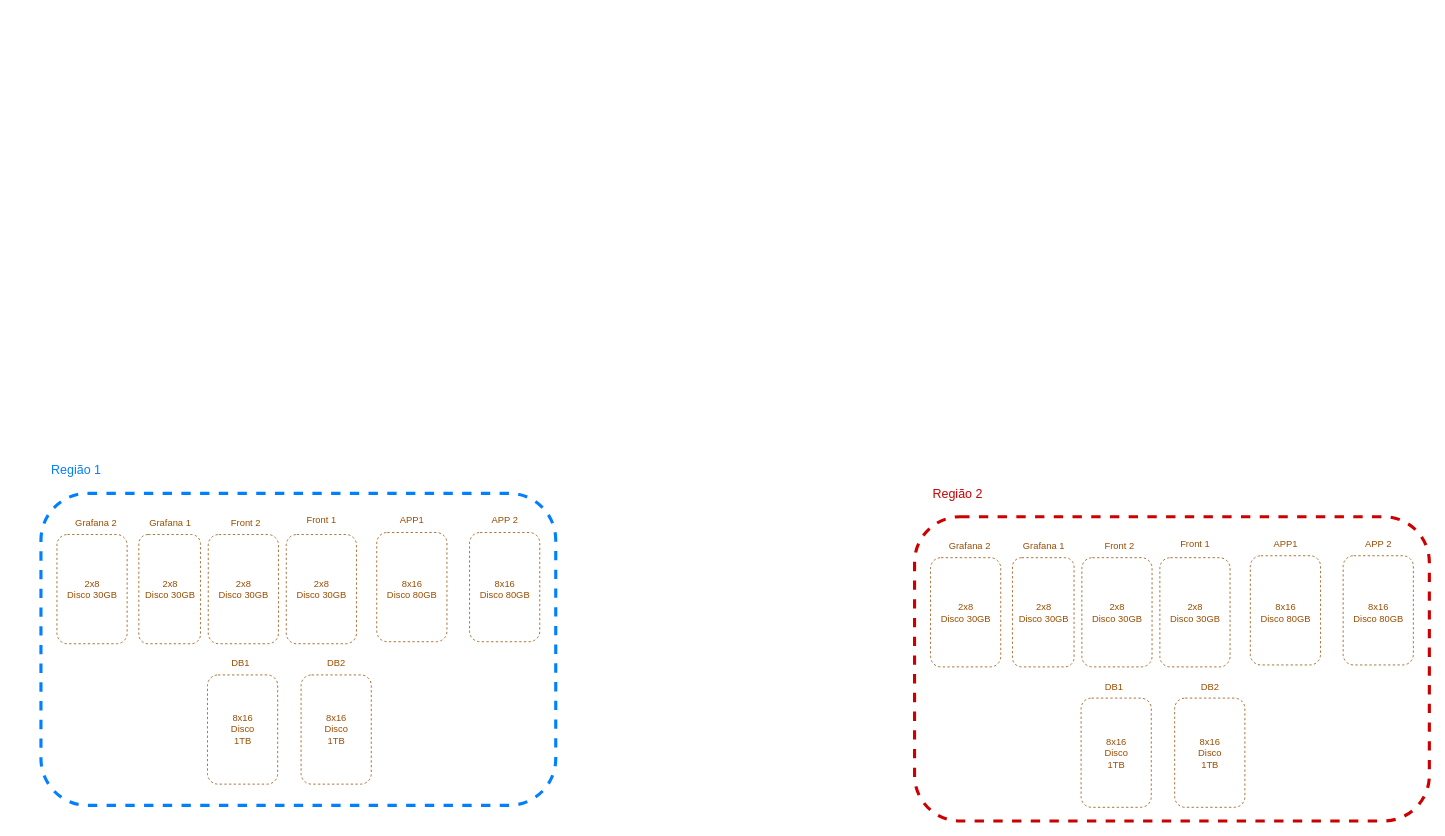
Above: TESTE.drawio in KelitonVougan/diagrams (draw.io), before the change. Source tidied: cells renumbered, new cells numbered last; positions are measured from the earlier drawing's top-left corner, leaving out a move shared by most shapes. Both pictures are drawn from the tidied source at 78%, with x=0, y=0 at pixel (12, 429).
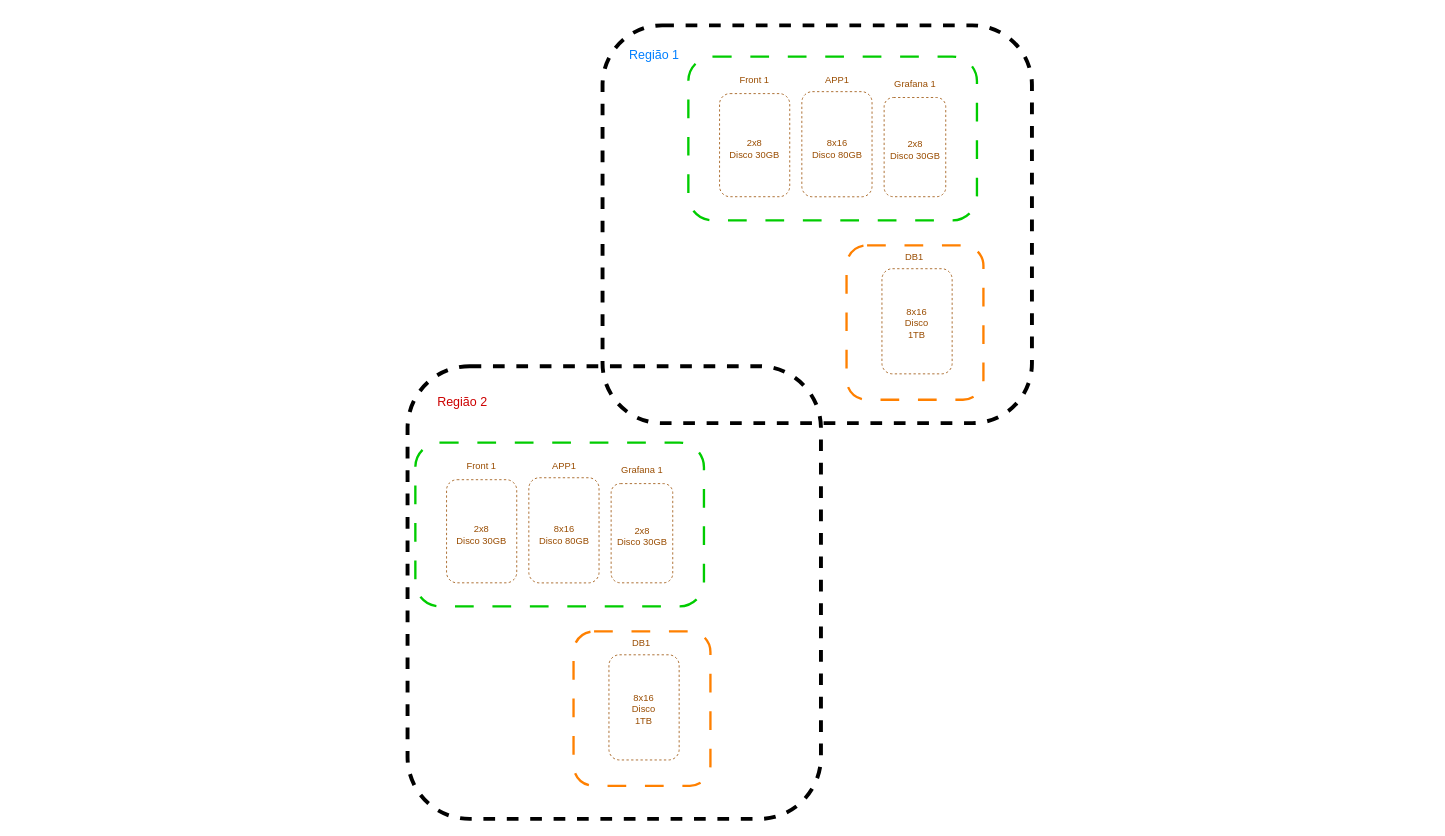
After the change.

Commit message:
Diagrama Zabbix Nuvem.drawio

Diff of the diagram source:
```diff
@@
+    <mxCell id="54" style="rounded=1;whiteSpace=wrap;html=1;strokeWidth=5;fillColor=none;dashed=1;" parent="1" vertex="1">
+      <mxGeometry x="756" y="-518" width="550.5" height="510" as="geometry" />
+    </mxCell>
     <mxCell id="2" style="rounded=1;whiteSpace=wrap;html=1;fillColor=none;strokeColor=#994C00;dashed=1;" parent="1" vertex="1">
-      <mxGeometry x="466.5" y="132.2" width="90" height="140" as="geometry" />
+      <mxGeometry x="1011.5" y="-433" width="90" height="134.8" as="geometry" />
     </mxCell>
     <mxCell id="3" value="&lt;font color=&quot;#994c00&quot;&gt;APP1&lt;/font&gt;" style="text;html=1;strokeColor=none;fillColor=none;align=center;verticalAlign=middle;whiteSpace=wrap;rounded=0;dashed=1;" parent="1" vertex="1">
-      <mxGeometry x="481.5" y="102.2" width="60" height="30" as="geometry" />
+      <mxGeometry x="1026.5" y="-463" width="60" height="30" as="geometry" />
     </mxCell>
     <mxCell id="4" value="&lt;div&gt;&lt;font color=&quot;#994c00&quot;&gt;8x16&lt;/font&gt;&lt;/div&gt;&lt;font color=&quot;#994c00&quot;&gt;Disco 80GB&lt;/font&gt;" style="text;html=1;strokeColor=none;fillColor=none;align=center;verticalAlign=middle;whiteSpace=wrap;rounded=0;dashed=1;" parent="1" vertex="1">
-      <mxGeometry x="476.5" y="149.8" width="70" height="110" as="geometry" />
+      <mxGeometry x="1021.5" y="-415.5" width="70" height="110" as="geometry" />
     </mxCell>
     <mxCell id="5" style="rounded=1;whiteSpace=wrap;html=1;fillColor=none;strokeColor=#994C00;dashed=1;" parent="1" vertex="1">
-      <mxGeometry x="350.5" y="134.8" width="90" height="140" as="geometry" />
+      <mxGeometry x="906" y="-430.5" width="90" height="132.2" as="geometry" />
     </mxCell>
     <mxCell id="6" value="&lt;font color=&quot;#994c00&quot;&gt;Front 1&lt;br&gt;&lt;/font&gt;" style="text;html=1;strokeColor=none;fillColor=none;align=center;verticalAlign=middle;whiteSpace=wrap;rounded=0;dashed=1;" parent="1" vertex="1">
-      <mxGeometry x="365.5" y="102.2" width="60" height="30" as="geometry" />
+      <mxGeometry x="921" y="-463" width="60" height="30" as="geometry" />
     </mxCell>
     <mxCell id="7" value="&lt;div&gt;&lt;font color=&quot;#994c00&quot;&gt;2x8&lt;/font&gt;&lt;/div&gt;&lt;font color=&quot;#994c00&quot;&gt;Disco 30GB&lt;/font&gt;" style="text;html=1;strokeColor=none;fillColor=none;align=center;verticalAlign=middle;whiteSpace=wrap;rounded=0;dashed=1;" parent="1" vertex="1">
-      <mxGeometry x="360.5" y="149.8" width="70" height="110" as="geometry" />
+      <mxGeometry x="916" y="-415.5" width="70" height="110" as="geometry" />
     </mxCell>
-    <mxCell id="8" style="rounded=1;whiteSpace=wrap;html=1;fillColor=none;strokeColor=#994C00;dashed=1;" parent="1" vertex="1">
-      <mxGeometry x="585.5" y="132.2" width="90" height="140" as="geometry" />
-    </mxCell>
-    <mxCell id="9" value="&lt;font color=&quot;#994c00&quot;&gt;APP&lt;/font&gt; &lt;font color=&quot;#994c00&quot;&gt;2&lt;/font&gt;" style="text;html=1;strokeColor=none;fillColor=none;align=center;verticalAlign=middle;whiteSpace=wrap;rounded=0;dashed=1;" parent="1" vertex="1">
-      <mxGeometry x="600.5" y="102.2" width="60" height="30" as="geometry" />
-    </mxCell>
-    <mxCell id="10" value="&lt;div&gt;&lt;font color=&quot;#994c00&quot;&gt;8x16&lt;/font&gt;&lt;/div&gt;&lt;font color=&quot;#994c00&quot;&gt;Disco 80GB&lt;/font&gt;" style="text;html=1;strokeColor=none;fillColor=none;align=center;verticalAlign=middle;whiteSpace=wrap;rounded=0;dashed=1;" parent="1" vertex="1">
-      <mxGeometry x="595.5" y="149.8" width="70" height="110" as="geometry" />
-    </mxCell>
-    <mxCell id="11" style="rounded=1;whiteSpace=wrap;html=1;fillColor=none;strokeColor=#994C00;dashed=1;" parent="1" vertex="1">
-      <mxGeometry x="250.5" y="134.8" width="90" height="140" as="geometry" />
-    </mxCell>
-    <mxCell id="12" value="&lt;font color=&quot;#994c00&quot;&gt;Front 2&lt;/font&gt;" style="text;html=1;strokeColor=none;fillColor=none;align=center;verticalAlign=middle;whiteSpace=wrap;rounded=0;dashed=1;" parent="1" vertex="1">
-      <mxGeometry x="268.5" y="104.8" width="60" height="30" as="geometry" />
-    </mxCell>
-    <mxCell id="13" value="&lt;div&gt;&lt;font color=&quot;#994c00&quot;&gt;2x8&lt;/font&gt;&lt;/div&gt;&lt;font color=&quot;#994c00&quot;&gt;Disco 30GB&lt;/font&gt;" style="text;html=1;strokeColor=none;fillColor=none;align=center;verticalAlign=middle;whiteSpace=wrap;rounded=0;dashed=1;" parent="1" vertex="1">
-      <mxGeometry x="260.5" y="149.8" width="70" height="110" as="geometry" />
-    </mxCell>
     <mxCell id="14" style="rounded=1;whiteSpace=wrap;html=1;fillColor=none;strokeColor=#994C00;dashed=1;" parent="1" vertex="1">
-      <mxGeometry x="249.5" y="314.8" width="90" height="140" as="geometry" />
+      <mxGeometry x="1114.2" y="-206" width="90" height="134.8" as="geometry" />
     </mxCell>
-    <mxCell id="15" value="&lt;font color=&quot;#994c00&quot;&gt;DB2&lt;/font&gt;" style="text;html=1;strokeColor=none;fillColor=none;align=center;verticalAlign=middle;whiteSpace=wrap;rounded=0;dashed=1;" parent="1" vertex="1">
-      <mxGeometry x="384.5" y="284.8" width="60" height="30" as="geometry" />
-    </mxCell>
     <mxCell id="16" value="&lt;div&gt;&lt;font color=&quot;#994c00&quot;&gt;8x16&lt;/font&gt;&lt;/div&gt;&lt;div&gt;&lt;font color=&quot;#994c00&quot;&gt;Disco &lt;br&gt;&lt;/font&gt;&lt;/div&gt;&lt;div&gt;&lt;font color=&quot;#994c00&quot;&gt;1TB&lt;br&gt;&lt;/font&gt;&lt;/div&gt;" style="text;html=1;strokeColor=none;fillColor=none;align=center;verticalAlign=middle;whiteSpace=wrap;rounded=0;dashed=1;" parent="1" vertex="1">
-      <mxGeometry x="259.5" y="329.8" width="70" height="110" as="geometry" />
+      <mxGeometry x="1124.2" y="-191" width="70" height="110" as="geometry" />
     </mxCell>
-    <mxCell id="17" style="rounded=1;whiteSpace=wrap;html=1;fillColor=none;strokeColor=#994C00;dashed=1;" parent="1" vertex="1">
-      <mxGeometry x="369.5" y="314.8" width="90" height="140" as="geometry" />
-    </mxCell>
-    <mxCell id="18" value="&lt;div&gt;&lt;font color=&quot;#994c00&quot;&gt;8x16&lt;/font&gt;&lt;/div&gt;&lt;div&gt;&lt;font color=&quot;#994c00&quot;&gt;Disco&lt;/font&gt;&lt;/div&gt;&lt;div&gt;&lt;font color=&quot;#994c00&quot;&gt;1TB&lt;br&gt;&lt;/font&gt;&lt;/div&gt;" style="text;html=1;strokeColor=none;fillColor=none;align=center;verticalAlign=middle;whiteSpace=wrap;rounded=0;dashed=1;" parent="1" vertex="1">
-      <mxGeometry x="379.5" y="329.8" width="70" height="110" as="geometry" />
-    </mxCell>
     <mxCell id="19" value="&lt;font color=&quot;#994c00&quot;&gt;DB1&lt;/font&gt;" style="text;html=1;strokeColor=none;fillColor=none;align=center;verticalAlign=middle;whiteSpace=wrap;rounded=0;dashed=1;" parent="1" vertex="1">
-      <mxGeometry x="261.5" y="284.8" width="60" height="30" as="geometry" />
+      <mxGeometry x="1126.2" y="-236" width="60" height="30" as="geometry" />
     </mxCell>
     <mxCell id="20" value="&lt;font color=&quot;#994c00&quot;&gt;Grafana 1&lt;br&gt;&lt;/font&gt;" style="text;html=1;strokeColor=none;fillColor=none;align=center;verticalAlign=middle;whiteSpace=wrap;rounded=0;dashed=1;" parent="1" vertex="1">
-      <mxGeometry x="171.5" y="104.8" width="60" height="30" as="geometry" />
+      <mxGeometry x="1126.5" y="-458" width="60" height="30" as="geometry" />
     </mxCell>
     <mxCell id="21" value="&lt;div&gt;&lt;font color=&quot;#994c00&quot;&gt;2x8&lt;/font&gt;&lt;/div&gt;&lt;font color=&quot;#994c00&quot;&gt;Disco 30GB&lt;/font&gt;" style="text;html=1;strokeColor=none;fillColor=none;align=center;verticalAlign=middle;whiteSpace=wrap;rounded=0;dashed=1;" parent="1" vertex="1">
-      <mxGeometry x="166.5" y="149.8" width="70" height="110" as="geometry" />
+      <mxGeometry x="1121.5" y="-413" width="70" height="110" as="geometry" />
     </mxCell>
-    <mxCell id="22" style="rounded=1;whiteSpace=wrap;html=1;fillColor=none;strokeColor=#994C00;dashed=1;" parent="1" vertex="1">
-      <mxGeometry x="56.5" y="134.8" width="90" height="140" as="geometry" />
-    </mxCell>
-    <mxCell id="23" value="&lt;font color=&quot;#994c00&quot;&gt;Grafana 2&lt;br&gt;&lt;/font&gt;" style="text;html=1;strokeColor=none;fillColor=none;align=center;verticalAlign=middle;whiteSpace=wrap;rounded=0;dashed=1;" parent="1" vertex="1">
-      <mxGeometry x="76.5" y="104.8" width="60" height="30" as="geometry" />
-    </mxCell>
-    <mxCell id="24" value="&lt;div&gt;&lt;font color=&quot;#994c00&quot;&gt;2x8&lt;/font&gt;&lt;/div&gt;&lt;font color=&quot;#994c00&quot;&gt;Disco 30GB&lt;/font&gt;" style="text;html=1;strokeColor=none;fillColor=none;align=center;verticalAlign=middle;whiteSpace=wrap;rounded=0;dashed=1;" parent="1" vertex="1">
-      <mxGeometry x="66.5" y="149.8" width="70" height="110" as="geometry" />
-    </mxCell>
     <mxCell id="25" style="rounded=1;whiteSpace=wrap;html=1;fillColor=none;strokeColor=#994C00;dashed=1;" parent="1" vertex="1">
-      <mxGeometry x="161.5" y="134.8" width="79" height="140" as="geometry" />
+      <mxGeometry x="1117" y="-425.5" width="79" height="127.2" as="geometry" />
     </mxCell>
-    <mxCell id="26" style="rounded=1;whiteSpace=wrap;html=1;dashed=1;strokeColor=#007FFF;strokeWidth=4;fontColor=#994C00;fillColor=none;" parent="1" vertex="1">
-      <mxGeometry x="36" y="82" width="660" height="400" as="geometry" />
-    </mxCell>
     <mxCell id="27" value="&lt;font style=&quot;font-size: 16px;&quot; color=&quot;#007fff&quot;&gt;Região 1&lt;/font&gt;" style="text;html=1;strokeColor=none;fillColor=none;align=center;verticalAlign=middle;whiteSpace=wrap;rounded=0;dashed=1;strokeWidth=1;fontColor=#994C00;" parent="1" vertex="1">
-      <mxGeometry x="0.5" y="-0.2" width="161" height="105" as="geometry" />
+      <mxGeometry x="741.5" y="-533" width="161" height="105" as="geometry" />
     </mxCell>
-    <mxCell id="28" style="rounded=1;whiteSpace=wrap;html=1;dashed=1;strokeColor=#CC0000;strokeWidth=4;fontColor=#994C00;fillColor=none;" parent="1" vertex="1">
-      <mxGeometry x="1156" y="112" width="660" height="390" as="geometry" />
-    </mxCell>
     <mxCell id="29" value="&lt;font style=&quot;font-size: 16px;&quot; color=&quot;#cc0000&quot;&gt;Região 2&lt;br&gt;&lt;/font&gt;" style="text;html=1;strokeColor=none;fillColor=none;align=center;verticalAlign=middle;whiteSpace=wrap;rounded=0;dashed=1;strokeWidth=1;fontColor=#994C00;" parent="1" vertex="1">
-      <mxGeometry x="1130.5" y="29.8" width="161" height="105" as="geometry" />
+      <mxGeometry x="496" y="-88" width="161" height="105" as="geometry" />
     </mxCell>
-    <mxCell id="30" style="rounded=1;whiteSpace=wrap;html=1;fillColor=none;strokeColor=#994C00;dashed=1;" parent="1" vertex="1">
-      <mxGeometry x="1586.5" y="162" width="90" height="140" as="geometry" />
-    </mxCell>
+    <mxCell id="55" style="rounded=1;whiteSpace=wrap;html=1;fillColor=none;strokeColor=#00CC00;strokeWidth=3;dashed=1;dashPattern=8 8;" parent="1" vertex="1">
+      <mxGeometry x="866" y="-478" width="370" height="210" as="geometry" />
+    </mxCell>
+    <mxCell id="56" style="rounded=1;whiteSpace=wrap;html=1;fillColor=none;strokeColor=#FF8000;strokeWidth=3;dashed=1;dashPattern=8 8;" parent="1" vertex="1">
+      <mxGeometry x="1068.8" y="-236" width="175.5" height="198" as="geometry" />
+    </mxCell>
+    <mxCell id="57" style="rounded=1;whiteSpace=wrap;html=1;fillColor=none;strokeColor=#994C00;dashed=1;" parent="1" vertex="1">
+      <mxGeometry x="661.5" y="62" width="90" height="134.8" as="geometry" />
+    </mxCell>
     <mxCell id="31" value="&lt;font color=&quot;#994c00&quot;&gt;APP1&lt;/font&gt;" style="text;html=1;strokeColor=none;fillColor=none;align=center;verticalAlign=middle;whiteSpace=wrap;rounded=0;dashed=1;" parent="1" vertex="1">
-      <mxGeometry x="1601.5" y="132" width="60" height="30" as="geometry" />
+      <mxGeometry x="676.5" y="32" width="60" height="30" as="geometry" />
     </mxCell>
-    <mxCell id="32" value="&lt;div&gt;&lt;font color=&quot;#994c00&quot;&gt;8x16&lt;/font&gt;&lt;/div&gt;&lt;font color=&quot;#994c00&quot;&gt;Disco 80GB&lt;/font&gt;" style="text;html=1;strokeColor=none;fillColor=none;align=center;verticalAlign=middle;whiteSpace=wrap;rounded=0;dashed=1;" parent="1" vertex="1">
-      <mxGeometry x="1596.5" y="179.5" width="70" height="110" as="geometry" />
-    </mxCell>
-    <mxCell id="33" style="rounded=1;whiteSpace=wrap;html=1;fillColor=none;strokeColor=#994C00;dashed=1;" parent="1" vertex="1">
-      <mxGeometry x="1470.5" y="164.5" width="90" height="140" as="geometry" />
-    </mxCell>
+    <mxCell id="58" value="&lt;div&gt;&lt;font color=&quot;#994c00&quot;&gt;8x16&lt;/font&gt;&lt;/div&gt;&lt;font color=&quot;#994c00&quot;&gt;Disco 80GB&lt;/font&gt;" style="text;html=1;strokeColor=none;fillColor=none;align=center;verticalAlign=middle;whiteSpace=wrap;rounded=0;dashed=1;" parent="1" vertex="1">
+      <mxGeometry x="671.5" y="79.5" width="70" height="110" as="geometry" />
+    </mxCell>
+    <mxCell id="59" style="rounded=1;whiteSpace=wrap;html=1;fillColor=none;strokeColor=#994C00;dashed=1;" parent="1" vertex="1">
+      <mxGeometry x="556" y="64.5" width="90" height="132.2" as="geometry" />
+    </mxCell>
     <mxCell id="34" value="&lt;font color=&quot;#994c00&quot;&gt;Front 1&lt;br&gt;&lt;/font&gt;" style="text;html=1;strokeColor=none;fillColor=none;align=center;verticalAlign=middle;whiteSpace=wrap;rounded=0;dashed=1;" parent="1" vertex="1">
-      <mxGeometry x="1485.5" y="132" width="60" height="30" as="geometry" />
+      <mxGeometry x="571" y="32" width="60" height="30" as="geometry" />
     </mxCell>
-    <mxCell id="35" value="&lt;div&gt;&lt;font color=&quot;#994c00&quot;&gt;2x8&lt;/font&gt;&lt;/div&gt;&lt;font color=&quot;#994c00&quot;&gt;Disco 30GB&lt;/font&gt;" style="text;html=1;strokeColor=none;fillColor=none;align=center;verticalAlign=middle;whiteSpace=wrap;rounded=0;dashed=1;" parent="1" vertex="1">
-      <mxGeometry x="1480.5" y="179.5" width="70" height="110" as="geometry" />
-    </mxCell>
-    <mxCell id="36" style="rounded=1;whiteSpace=wrap;html=1;fillColor=none;strokeColor=#994C00;dashed=1;" parent="1" vertex="1">
-      <mxGeometry x="1705.5" y="162" width="90" height="140" as="geometry" />
-    </mxCell>
-    <mxCell id="37" value="&lt;font color=&quot;#994c00&quot;&gt;APP&lt;/font&gt; &lt;font color=&quot;#994c00&quot;&gt;2&lt;/font&gt;" style="text;html=1;strokeColor=none;fillColor=none;align=center;verticalAlign=middle;whiteSpace=wrap;rounded=0;dashed=1;" parent="1" vertex="1">
-      <mxGeometry x="1720.5" y="132" width="60" height="30" as="geometry" />
-    </mxCell>
-    <mxCell id="38" value="&lt;div&gt;&lt;font color=&quot;#994c00&quot;&gt;8x16&lt;/font&gt;&lt;/div&gt;&lt;font color=&quot;#994c00&quot;&gt;Disco 80GB&lt;/font&gt;" style="text;html=1;strokeColor=none;fillColor=none;align=center;verticalAlign=middle;whiteSpace=wrap;rounded=0;dashed=1;" parent="1" vertex="1">
-      <mxGeometry x="1715.5" y="179.5" width="70" height="110" as="geometry" />
-    </mxCell>
-    <mxCell id="39" style="rounded=1;whiteSpace=wrap;html=1;fillColor=none;strokeColor=#994C00;dashed=1;" parent="1" vertex="1">
-      <mxGeometry x="1370.5" y="164.5" width="90" height="140" as="geometry" />
-    </mxCell>
-    <mxCell id="40" value="&lt;font color=&quot;#994c00&quot;&gt;Front 2&lt;/font&gt;" style="text;html=1;strokeColor=none;fillColor=none;align=center;verticalAlign=middle;whiteSpace=wrap;rounded=0;dashed=1;" parent="1" vertex="1">
-      <mxGeometry x="1388.5" y="134.5" width="60" height="30" as="geometry" />
-    </mxCell>
-    <mxCell id="41" value="&lt;div&gt;&lt;font color=&quot;#994c00&quot;&gt;2x8&lt;/font&gt;&lt;/div&gt;&lt;font color=&quot;#994c00&quot;&gt;Disco 30GB&lt;/font&gt;" style="text;html=1;strokeColor=none;fillColor=none;align=center;verticalAlign=middle;whiteSpace=wrap;rounded=0;dashed=1;" parent="1" vertex="1">
-      <mxGeometry x="1380.5" y="179.5" width="70" height="110" as="geometry" />
-    </mxCell>
-    <mxCell id="42" style="rounded=1;whiteSpace=wrap;html=1;fillColor=none;strokeColor=#994C00;dashed=1;" parent="1" vertex="1">
-      <mxGeometry x="1369.5" y="344.5" width="90" height="140" as="geometry" />
-    </mxCell>
-    <mxCell id="43" value="&lt;font color=&quot;#994c00&quot;&gt;DB2&lt;/font&gt;" style="text;html=1;strokeColor=none;fillColor=none;align=center;verticalAlign=middle;whiteSpace=wrap;rounded=0;dashed=1;" parent="1" vertex="1">
-      <mxGeometry x="1504.5" y="314.5" width="60" height="30" as="geometry" />
-    </mxCell>
+    <mxCell id="60" value="&lt;div&gt;&lt;font color=&quot;#994c00&quot;&gt;2x8&lt;/font&gt;&lt;/div&gt;&lt;font color=&quot;#994c00&quot;&gt;Disco 30GB&lt;/font&gt;" style="text;html=1;strokeColor=none;fillColor=none;align=center;verticalAlign=middle;whiteSpace=wrap;rounded=0;dashed=1;" parent="1" vertex="1">
+      <mxGeometry x="566" y="79.5" width="70" height="110" as="geometry" />
+    </mxCell>
+    <mxCell id="61" style="rounded=1;whiteSpace=wrap;html=1;fillColor=none;strokeColor=#994C00;dashed=1;" parent="1" vertex="1">
+      <mxGeometry x="764.2" y="289" width="90" height="134.8" as="geometry" />
+    </mxCell>
     <mxCell id="44" value="&lt;div&gt;&lt;font color=&quot;#994c00&quot;&gt;8x16&lt;/font&gt;&lt;/div&gt;&lt;div&gt;&lt;font color=&quot;#994c00&quot;&gt;Disco &lt;br&gt;&lt;/font&gt;&lt;/div&gt;&lt;div&gt;&lt;font color=&quot;#994c00&quot;&gt;1TB&lt;br&gt;&lt;/font&gt;&lt;/div&gt;" style="text;html=1;strokeColor=none;fillColor=none;align=center;verticalAlign=middle;whiteSpace=wrap;rounded=0;dashed=1;" parent="1" vertex="1">
-      <mxGeometry x="1379.5" y="359.5" width="70" height="110" as="geometry" />
+      <mxGeometry x="774.2" y="304" width="70" height="110" as="geometry" />
     </mxCell>
-    <mxCell id="45" style="rounded=1;whiteSpace=wrap;html=1;fillColor=none;strokeColor=#994C00;dashed=1;" parent="1" vertex="1">
-      <mxGeometry x="1489.5" y="344.5" width="90" height="140" as="geometry" />
-    </mxCell>
-    <mxCell id="46" value="&lt;div&gt;&lt;font color=&quot;#994c00&quot;&gt;8x16&lt;/font&gt;&lt;/div&gt;&lt;div&gt;&lt;font color=&quot;#994c00&quot;&gt;Disco&lt;/font&gt;&lt;/div&gt;&lt;div&gt;&lt;font color=&quot;#994c00&quot;&gt;1TB&lt;br&gt;&lt;/font&gt;&lt;/div&gt;" style="text;html=1;strokeColor=none;fillColor=none;align=center;verticalAlign=middle;whiteSpace=wrap;rounded=0;dashed=1;" parent="1" vertex="1">
-      <mxGeometry x="1499.5" y="359.5" width="70" height="110" as="geometry" />
-    </mxCell>
     <mxCell id="47" value="&lt;font color=&quot;#994c00&quot;&gt;DB1&lt;/font&gt;" style="text;html=1;strokeColor=none;fillColor=none;align=center;verticalAlign=middle;whiteSpace=wrap;rounded=0;dashed=1;" parent="1" vertex="1">
-      <mxGeometry x="1381.5" y="314.5" width="60" height="30" as="geometry" />
+      <mxGeometry x="776.2" y="259" width="60" height="30" as="geometry" />
     </mxCell>
     <mxCell id="48" value="&lt;font color=&quot;#994c00&quot;&gt;Grafana 1&lt;br&gt;&lt;/font&gt;" style="text;html=1;strokeColor=none;fillColor=none;align=center;verticalAlign=middle;whiteSpace=wrap;rounded=0;dashed=1;" parent="1" vertex="1">
-      <mxGeometry x="1291.5" y="134.5" width="60" height="30" as="geometry" />
+      <mxGeometry x="776.5" y="37" width="60" height="30" as="geometry" />
     </mxCell>
-    <mxCell id="49" value="&lt;div&gt;&lt;font color=&quot;#994c00&quot;&gt;2x8&lt;/font&gt;&lt;/div&gt;&lt;font color=&quot;#994c00&quot;&gt;Disco 30GB&lt;/font&gt;" style="text;html=1;strokeColor=none;fillColor=none;align=center;verticalAlign=middle;whiteSpace=wrap;rounded=0;dashed=1;" parent="1" vertex="1">
-      <mxGeometry x="1286.5" y="179.5" width="70" height="110" as="geometry" />
-    </mxCell>
-    <mxCell id="50" style="rounded=1;whiteSpace=wrap;html=1;fillColor=none;strokeColor=#994C00;dashed=1;" parent="1" vertex="1">
-      <mxGeometry x="1176.5" y="164.5" width="90" height="140" as="geometry" />
-    </mxCell>
-    <mxCell id="51" value="&lt;font color=&quot;#994c00&quot;&gt;Grafana 2&lt;br&gt;&lt;/font&gt;" style="text;html=1;strokeColor=none;fillColor=none;align=center;verticalAlign=middle;whiteSpace=wrap;rounded=0;dashed=1;" parent="1" vertex="1">
-      <mxGeometry x="1196.5" y="134.5" width="60" height="30" as="geometry" />
-    </mxCell>
-    <mxCell id="52" value="&lt;div&gt;&lt;font color=&quot;#994c00&quot;&gt;2x8&lt;/font&gt;&lt;/div&gt;&lt;font color=&quot;#994c00&quot;&gt;Disco 30GB&lt;/font&gt;" style="text;html=1;strokeColor=none;fillColor=none;align=center;verticalAlign=middle;whiteSpace=wrap;rounded=0;dashed=1;" parent="1" vertex="1">
-      <mxGeometry x="1186.5" y="179.5" width="70" height="110" as="geometry" />
-    </mxCell>
-    <mxCell id="53" style="rounded=1;whiteSpace=wrap;html=1;fillColor=none;strokeColor=#994C00;dashed=1;" parent="1" vertex="1">
-      <mxGeometry x="1281.5" y="164.5" width="79" height="140" as="geometry" />
-    </mxCell>
+    <mxCell id="62" value="&lt;div&gt;&lt;font color=&quot;#994c00&quot;&gt;2x8&lt;/font&gt;&lt;/div&gt;&lt;font color=&quot;#994c00&quot;&gt;Disco 30GB&lt;/font&gt;" style="text;html=1;strokeColor=none;fillColor=none;align=center;verticalAlign=middle;whiteSpace=wrap;rounded=0;dashed=1;" parent="1" vertex="1">
+      <mxGeometry x="771.5" y="82" width="70" height="110" as="geometry" />
+    </mxCell>
+    <mxCell id="63" style="rounded=1;whiteSpace=wrap;html=1;fillColor=none;strokeColor=#994C00;dashed=1;" parent="1" vertex="1">
+      <mxGeometry x="767" y="69.5" width="79" height="127.2" as="geometry" />
+    </mxCell>
+    <mxCell id="64" style="rounded=1;whiteSpace=wrap;html=1;fillColor=none;strokeColor=#00CC00;strokeWidth=3;dashed=1;dashPattern=8 8;" parent="1" vertex="1">
+      <mxGeometry x="516" y="17" width="370" height="210" as="geometry" />
+    </mxCell>
+    <mxCell id="65" style="rounded=1;whiteSpace=wrap;html=1;strokeWidth=5;fillColor=none;dashed=1;" parent="1" vertex="1">
+      <mxGeometry x="506" y="-81" width="530" height="580.4" as="geometry" />
+    </mxCell>
+    <mxCell id="66" style="rounded=1;whiteSpace=wrap;html=1;fillColor=none;strokeColor=#FF8000;strokeWidth=3;dashed=1;dashPattern=8 8;" parent="1" vertex="1">
+      <mxGeometry x="718.8" y="259" width="175.5" height="198" as="geometry" />
+    </mxCell>
```
